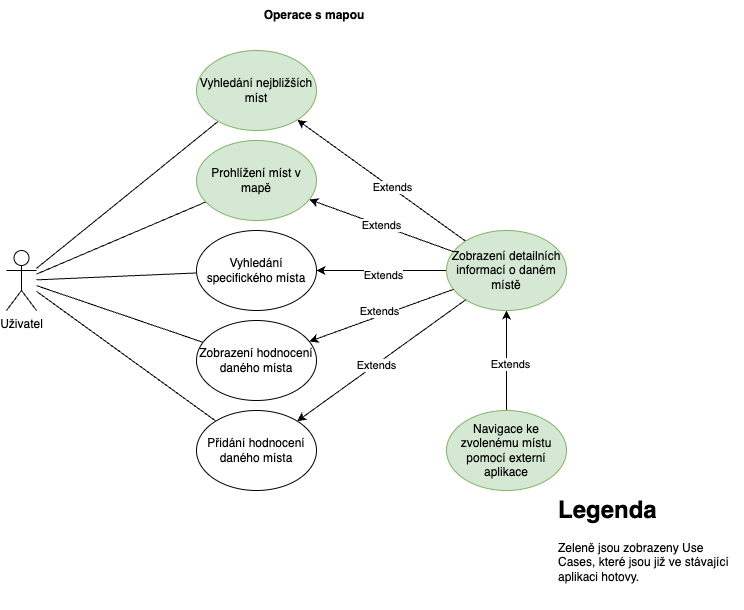
Above: Diagramy/EuroKlíčenka - Use Case - Operace s mapou.drawio.png in euroklicenka/euroklicenka (draw.io), before the change. Source tidied: cells renumbered, new cells last; positions are measured from the earlier drawing's top-left corner, leaving out a move shared by most shapes.
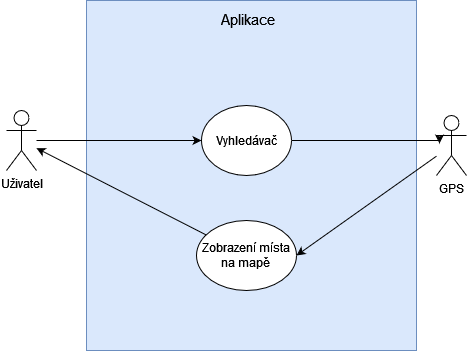
Later version of the same file.

The edit, as a diff of the source:
```diff
@@ -2,83 +2,39 @@
   <root>
     <mxCell id="0" />
     <mxCell id="1" parent="0" />
+    <mxCell id="28" style="rounded=0;whiteSpace=wrap;html=1;fillColor=#dae8fc;strokeColor=#6c8ebf;" parent="1" vertex="1">
+      <mxGeometry x="80" y="140" width="330" height="350" as="geometry" />
+    </mxCell>
+    <mxCell id="29" style="edgeStyle=orthogonalEdgeStyle;rounded=0;jettySize=auto;html=1;" parent="1" edge="1" source="2" target="30">
+      <mxGeometry relative="1" as="geometry" />
+    </mxCell>
     <mxCell id="2" value="Uživatel" style="shape=umlActor;verticalLabelPosition=bottom;verticalAlign=top;html=1;outlineConnect=0;" parent="1" vertex="1">
       <mxGeometry y="250" width="30" height="60" as="geometry" />
     </mxCell>
-    <mxCell id="3" style="endArrow=classic;html=1;rounded=0;" parent="1" edge="1" source="17" target="15">
-      <mxGeometry relative="1" as="geometry" />
-    </mxCell>
-    <mxCell id="4" value="Extends" style="edgeLabel;html=1;align=center;verticalAlign=middle;" parent="3" vertex="1">
-      <mxGeometry x="-0.07" y="-3" relative="1" as="geometry" />
-    </mxCell>
-    <mxCell id="5" value="Extends" style="endArrow=classic;html=1;rounded=0;" parent="1" edge="1" source="15" target="16">
-      <mxGeometry relative="1" as="geometry" />
-    </mxCell>
-    <mxCell id="6" style="endArrow=classic;html=1;rounded=0;" parent="1" edge="1" source="15" target="14">
-      <mxGeometry relative="1" as="geometry" />
-    </mxCell>
-    <mxCell id="7" value="Extends" style="edgeLabel;html=1;align=center;verticalAlign=middle;" parent="6" vertex="1">
-      <mxGeometry x="-0.12" y="-1" relative="1" as="geometry" />
-    </mxCell>
-    <mxCell id="8" style="endArrow=classic;html=1;rounded=0;" parent="1" edge="1" source="15" target="18">
-      <mxGeometry relative="1" as="geometry" />
-    </mxCell>
-    <mxCell id="9" value="Extends" style="edgeLabel;html=1;align=center;verticalAlign=middle;" parent="8" vertex="1">
-      <mxGeometry x="-0.02" y="4" relative="1" as="geometry" />
-    </mxCell>
-    <mxCell id="10" style="endArrow=none;html=1;rounded=0;" parent="1" edge="1" source="18" target="2">
-      <mxGeometry relative="1" as="geometry" />
-    </mxCell>
-    <mxCell id="11" style="endArrow=none;html=1;rounded=0;" parent="1" edge="1" source="16" target="2">
-      <mxGeometry relative="1" as="geometry" />
-    </mxCell>
-    <mxCell id="12" style="endArrow=none;html=1;rounded=0;" parent="1" edge="1" source="14" target="2">
-      <mxGeometry relative="1" as="geometry" />
-    </mxCell>
-    <mxCell id="13" value="&lt;b&gt;Operace s mapou&lt;/b&gt;" style="text;html=1;strokeColor=none;fillColor=none;align=center;verticalAlign=middle;whiteSpace=wrap;rounded=0;" parent="1" vertex="1">
-      <mxGeometry x="250" width="116" height="30" as="geometry" />
-    </mxCell>
-    <mxCell id="14" value="Vyhledání nejbližších míst" style="ellipse;whiteSpace=wrap;html=1;fillColor=#d5e8d4;strokeColor=#82b366;" parent="1" vertex="1">
-      <mxGeometry x="190" y="50" width="120" height="80" as="geometry" />
-    </mxCell>
-    <mxCell id="15" value="Zobrazení detailních informací o daném místě" style="ellipse;whiteSpace=wrap;html=1;fillColor=#d5e8d4;strokeColor=#82b366;" parent="1" vertex="1">
-      <mxGeometry x="440" y="230" width="120" height="80" as="geometry" />
-    </mxCell>
-    <mxCell id="16" value="Prohlížení míst v mapě" style="ellipse;whiteSpace=wrap;html=1;fillColor=#d5e8d4;strokeColor=#82b366;" parent="1" vertex="1">
-      <mxGeometry x="190" y="140" width="120" height="80" as="geometry" />
-    </mxCell>
-    <mxCell id="17" value="Navigace ke zvolenému místu pomocí externí aplikace" style="ellipse;whiteSpace=wrap;html=1;fillColor=#d5e8d4;strokeColor=#82b366;" parent="1" vertex="1">
-      <mxGeometry x="440" y="410" width="120" height="80" as="geometry" />
-    </mxCell>
-    <mxCell id="18" value="Vyhledání specifického místa" style="ellipse;whiteSpace=wrap;html=1;" parent="1" vertex="1">
-      <mxGeometry x="190" y="230" width="120" height="80" as="geometry" />
-    </mxCell>
-    <mxCell id="19" value="Zobrazení hodnocení daného místa" style="ellipse;whiteSpace=wrap;html=1;" parent="1" vertex="1">
-      <mxGeometry x="190" y="320" width="120" height="80" as="geometry" />
-    </mxCell>
-    <mxCell id="20" style="endArrow=classic;html=1;rounded=0;" parent="1" edge="1" source="15" target="19">
-      <mxGeometry relative="1" as="geometry" />
-    </mxCell>
-    <mxCell id="21" value="Extends" style="edgeLabel;html=1;align=center;verticalAlign=middle;" parent="20" vertex="1">
-      <mxGeometry x="0.01" y="-5" relative="1" as="geometry" />
-    </mxCell>
-    <mxCell id="22" style="endArrow=none;html=1;rounded=0;" parent="1" edge="1" source="2" target="19">
-      <mxGeometry relative="1" as="geometry" />
-    </mxCell>
-    <mxCell id="23" value="Přidání hodnocení daného místa" style="ellipse;whiteSpace=wrap;html=1;" parent="1" vertex="1">
-      <mxGeometry x="190" y="410" width="120" height="80" as="geometry" />
-    </mxCell>
-    <mxCell id="24" style="endArrow=classic;html=1;rounded=0;" parent="1" edge="1" source="15" target="23">
-      <mxGeometry relative="1" as="geometry" />
-    </mxCell>
-    <mxCell id="25" value="Extends" style="edgeLabel;html=1;align=center;verticalAlign=middle;" parent="24" vertex="1">
-      <mxGeometry x="0.07" relative="1" as="geometry" />
-    </mxCell>
-    <mxCell id="26" style="endArrow=none;html=1;rounded=0;" parent="1" edge="1" source="2" target="23">
-      <mxGeometry relative="1" as="geometry" />
-    </mxCell>
-    <mxCell id="27" value="&lt;h1&gt;Legenda&lt;/h1&gt;&lt;div&gt;Zeleně jsou zobrazeny Use Cases, které jsou již ve stávající aplikaci hotovy.&lt;/div&gt;" style="text;html=1;strokeColor=none;fillColor=none;spacing=5;spacingTop=-20;whiteSpace=wrap;overflow=hidden;rounded=0;" parent="1" vertex="1">
-      <mxGeometry x="547" y="490" width="190" height="120" as="geometry" />
-    </mxCell>
+    <mxCell id="30" value="Vyhledávač" style="ellipse;whiteSpace=wrap;html=1;" parent="1" vertex="1">
+      <mxGeometry x="195" y="245" width="90" height="70" as="geometry" />
+    </mxCell>
+    <mxCell id="31" value="&lt;div style=&quot;font-size: 15px;&quot;&gt;Aplikace&lt;/div&gt;" style="text;html=1;strokeColor=none;fillColor=none;spacing=5;spacingTop=-20;whiteSpace=wrap;overflow=hidden;rounded=0;fontSize=15;" parent="1" vertex="1">
+      <mxGeometry x="210" y="160" width="70" height="10" as="geometry" />
+    </mxCell>
+    <mxCell id="32" value="&lt;div&gt;Zobrazení místa&lt;/div&gt;&lt;div&gt;na mapě&lt;br&gt;&lt;/div&gt;" style="ellipse;whiteSpace=wrap;html=1;" parent="1" vertex="1">
+      <mxGeometry x="190" y="360" width="100" height="70" as="geometry" />
+    </mxCell>
+    <mxCell id="33" value="GPS" style="shape=umlActor;verticalLabelPosition=bottom;verticalAlign=top;html=1;outlineConnect=0;" parent="1" vertex="1">
+      <mxGeometry x="430" y="255" width="30" height="60" as="geometry" />
+    </mxCell>
+    <mxCell id="34" style="edgeStyle=orthogonalEdgeStyle;rounded=0;jettySize=auto;html=1;entryX=0.1;entryY=0.467;entryDx=0;entryDy=0;entryPerimeter=0;" parent="1" edge="1" source="30" target="33">
+      <mxGeometry relative="1" as="geometry">
+        <Array as="points">
+          <mxPoint x="433" y="280" />
+        </Array>
+      </mxGeometry>
+    </mxCell>
+    <mxCell id="35" style="endArrow=classic;html=1;rounded=0;entryX=1;entryY=0.5;entryDx=0;entryDy=0;" parent="1" edge="1" source="33" target="32">
+      <mxGeometry relative="1" as="geometry" />
+    </mxCell>
+    <mxCell id="36" style="endArrow=classic;html=1;rounded=0;" parent="1" edge="1" source="32" target="2">
+      <mxGeometry relative="1" as="geometry" />
+    </mxCell>
   </root>
 </mxGraphModel>
```
